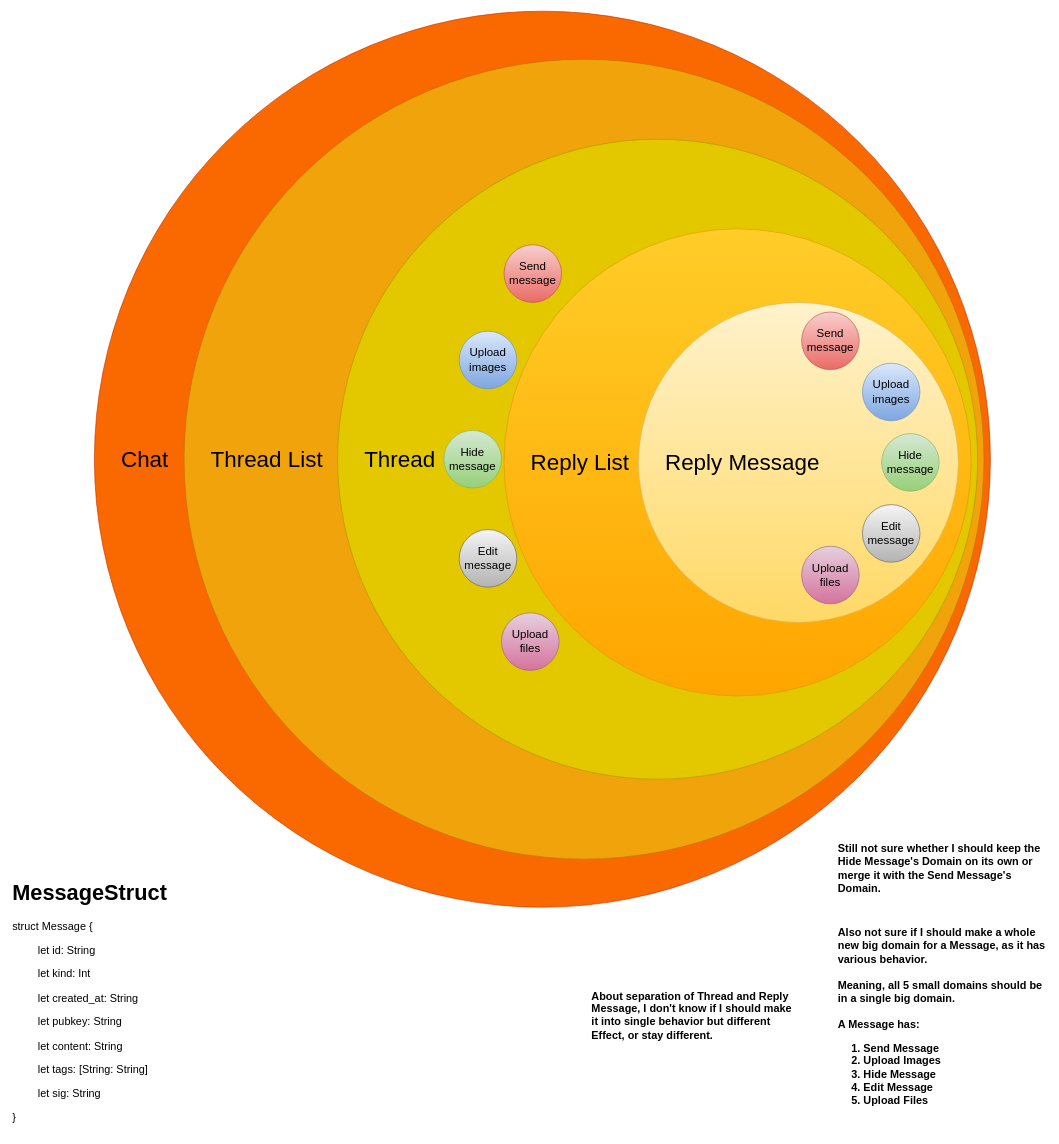
Earlier version of the draw.io diagram page "Onion Architecture" (1 of 4) of Whole App Diagram.drawio (smashandhash/satsuma-apple). Source tidied: cells renumbered, new cells numbered last; positions are measured from the earlier drawing's top-left corner, leaving out a move shared by most shapes. Both pictures are drawn from the tidied source at 64%, with x=0, y=0 at pixel (11, 11).
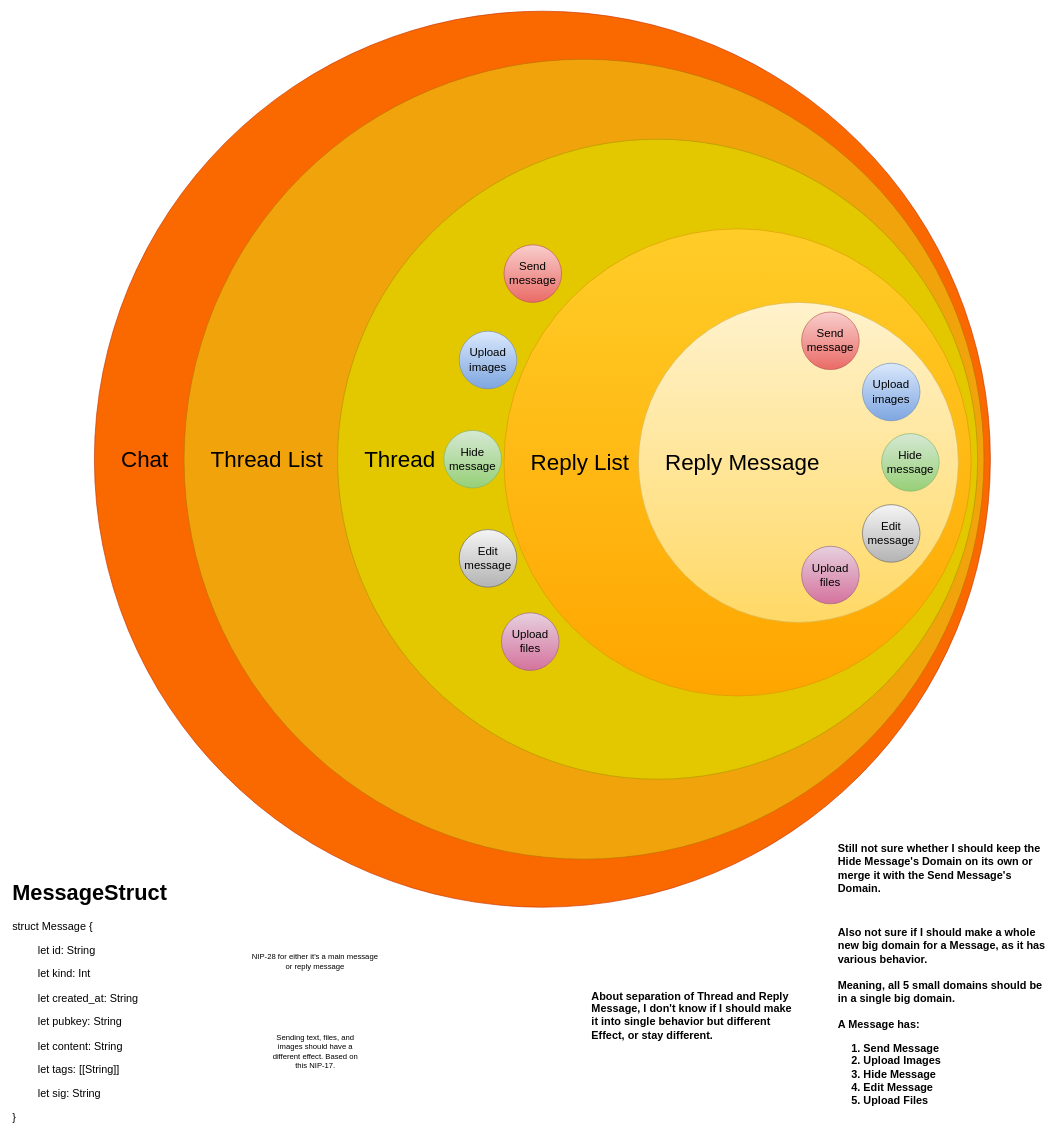
The same diagram, later.

Commit message (it also covers changes not shown here):
In progress for the Message's struct, where it has similar properties, and confused whether to leave it there or place it as another struct.

Change to the diagram source:
```diff
@@
-    <mxCell id="20" value="&lt;h1 style=&quot;margin-top: 0px;&quot;&gt;MessageStruct&lt;/h1&gt;&lt;p&gt;struct Message {&lt;/p&gt;&lt;blockquote&gt;&lt;p&gt;let id: String&lt;/p&gt;&lt;p&gt;let kind: Int&lt;/p&gt;&lt;p&gt;let created_at: String&lt;/p&gt;&lt;p&gt;let pubkey: String&lt;/p&gt;&lt;p&gt;let content: String&lt;/p&gt;&lt;p&gt;let tags: [String: String]&lt;/p&gt;&lt;p&gt;let sig: String&lt;/p&gt;&lt;/blockquote&gt;&lt;p&gt;}&lt;/p&gt;" style="text;html=1;whiteSpace=wrap;overflow=hidden;rounded=0;fontSize=17;" parent="1" vertex="1">
-      <mxGeometry y="1350" width="400" height="400" as="geometry" />
+    <mxCell id="20" value="&lt;h1 style=&quot;margin-top: 0px;&quot;&gt;MessageStruct&lt;/h1&gt;&lt;p&gt;struct Message {&lt;/p&gt;&lt;blockquote&gt;&lt;p&gt;let id: String&lt;/p&gt;&lt;p&gt;let kind: Int&lt;/p&gt;&lt;p&gt;let created_at: String&lt;/p&gt;&lt;p&gt;let pubkey: String&lt;/p&gt;&lt;p&gt;let content: String&lt;/p&gt;&lt;p&gt;let tags: [[String]]&lt;/p&gt;&lt;p&gt;let sig: String&lt;/p&gt;&lt;/blockquote&gt;&lt;p&gt;}&lt;/p&gt;" style="text;html=1;whiteSpace=wrap;overflow=hidden;rounded=0;fontSize=17;" parent="1" vertex="1">
+      <mxGeometry y="1350" width="270" height="400" as="geometry" />
     </mxCell>
+    <mxCell id="21" value="NIP-28 for either it's a main message or reply message" style="text;html=1;whiteSpace=wrap;strokeColor=none;fillColor=none;align=center;verticalAlign=middle;rounded=0;" parent="1" vertex="1">
+      <mxGeometry x="370" y="1470" width="210" height="30" as="geometry" />
+    </mxCell>
+    <mxCell id="22" value="Sending text, files, and images should have a different effect. Based on this NIP-17." style="text;html=1;whiteSpace=wrap;strokeColor=none;fillColor=none;align=center;verticalAlign=middle;rounded=0;" parent="1" vertex="1">
+      <mxGeometry x="397.5" y="1590" width="155" height="70" as="geometry" />
+    </mxCell>
```
